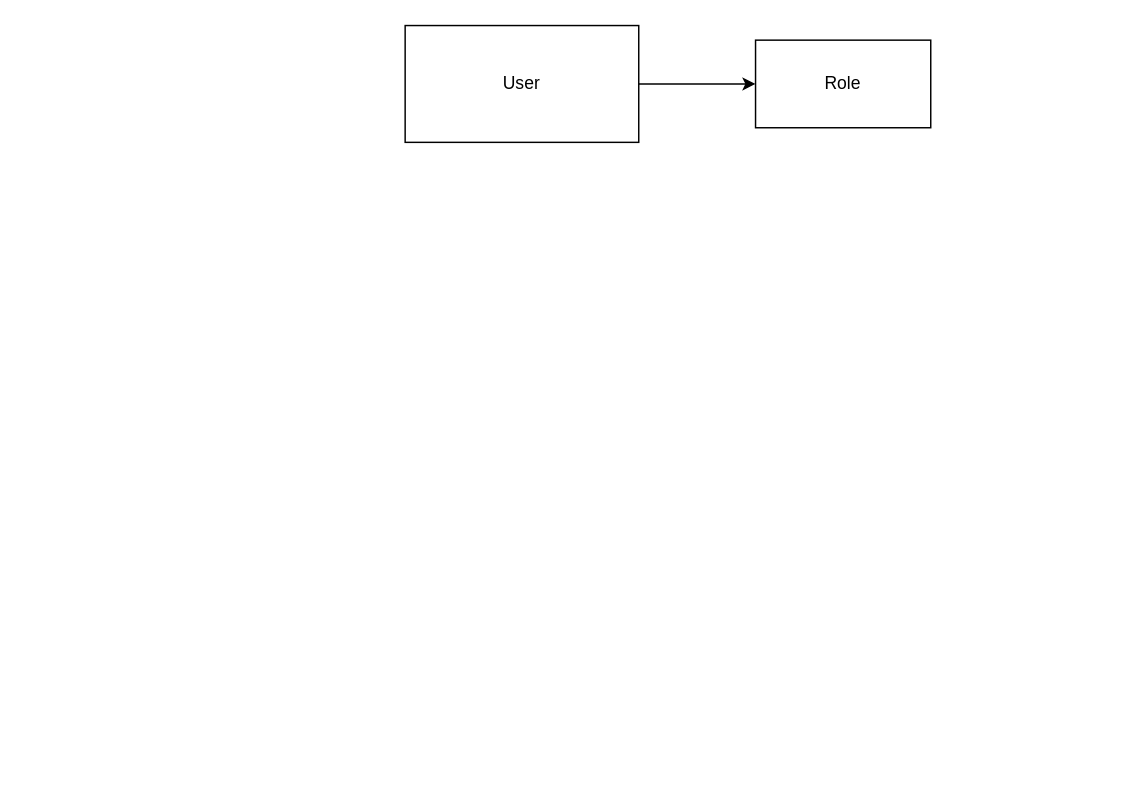
Before: db_schema.drawio in piotr-jadczak/PersonalFinanceApp, a draw.io diagram. Source tidied: cells renumbered, new cells numbered last; positions are measured from the earlier drawing's top-left corner, leaving out a move shared by most shapes. Both pictures are drawn from the tidied source at 146%, with x=0, y=0 at pixel (404, 25).
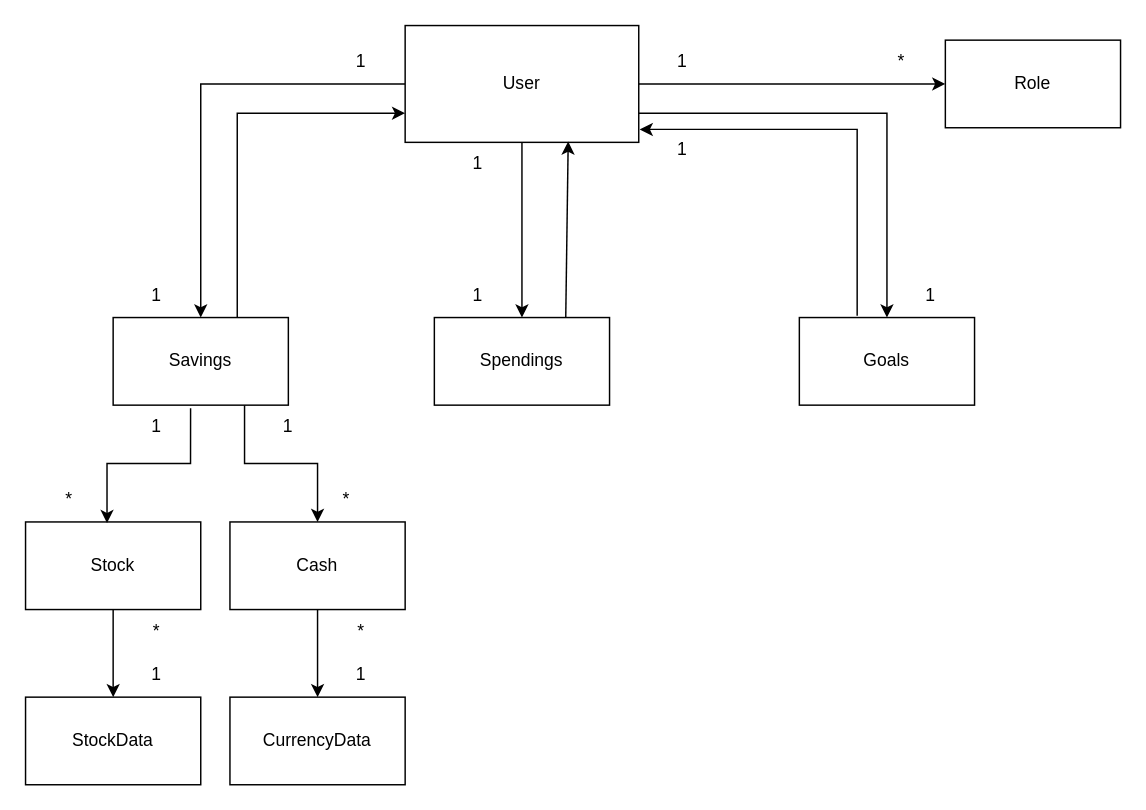
The same diagram, later.

Unchanged cells that the change refers to:
```xml
<mxCell id="3" value="User" style="rounded=0;whiteSpace=wrap;html=1;" parent="1" vertex="1">
  <mxGeometry width="160" height="80" as="geometry" />
</mxCell>
```

The edit, as a diff of the source:
```diff
@@
+    <mxCell id="5" style="edgeStyle=orthogonalEdgeStyle;rounded=0;jettySize=auto;html=1;entryX=0.5;entryY=0;entryDx=0;entryDy=0;" parent="1" edge="1" source="3" target="9">
+      <mxGeometry relative="1" as="geometry" />
+    </mxCell>
+    <mxCell id="6" style="edgeStyle=orthogonalEdgeStyle;rounded=0;jettySize=auto;html=1;" parent="1" edge="1" source="3" target="13">
+      <mxGeometry relative="1" as="geometry" />
+    </mxCell>
@@
     <mxCell id="4" value="Role" style="rounded=0;whiteSpace=wrap;html=1;" parent="1" vertex="1">
-      <mxGeometry x="240" y="10" width="120" height="60" as="geometry" />
+      <mxGeometry x="370" y="10" width="120" height="60" as="geometry" />
     </mxCell>
+    <mxCell id="7" value="*" style="text;html=1;strokeColor=none;fillColor=none;align=center;verticalAlign=middle;whiteSpace=wrap;rounded=0;" parent="1" vertex="1">
+      <mxGeometry x="310" y="10" width="60" height="30" as="geometry" />
+    </mxCell>
+    <mxCell id="8" value="1" style="text;html=1;strokeColor=none;fillColor=none;align=center;verticalAlign=middle;whiteSpace=wrap;rounded=0;" parent="1" vertex="1">
+      <mxGeometry x="160" y="10" width="60" height="30" as="geometry" />
+    </mxCell>
+    <mxCell id="9" value="Savings" style="rounded=0;whiteSpace=wrap;html=1;" parent="1" vertex="1">
+      <mxGeometry x="-200" y="200" width="120" height="60" as="geometry" />
+    </mxCell>
+    <mxCell id="10" style="endArrow=classic;html=1;rounded=0;entryX=0;entryY=0.75;entryDx=0;entryDy=0;edgeStyle=orthogonalEdgeStyle;" parent="1" edge="1" source="9" target="3">
+      <mxGeometry relative="1" as="geometry">
+        <Array as="points">
+          <mxPoint x="-115" y="60" />
+        </Array>
+      </mxGeometry>
+    </mxCell>
+    <mxCell id="11" value="1" style="text;html=1;strokeColor=none;fillColor=none;align=center;verticalAlign=middle;whiteSpace=wrap;rounded=0;" parent="1" vertex="1">
+      <mxGeometry x="-200" y="170" width="60" height="30" as="geometry" />
+    </mxCell>
+    <mxCell id="12" value="1" style="text;html=1;strokeColor=none;fillColor=none;align=center;verticalAlign=middle;whiteSpace=wrap;rounded=0;" parent="1" vertex="1">
+      <mxGeometry x="-60" y="10" width="60" height="30" as="geometry" />
+    </mxCell>
+    <mxCell id="13" value="Spendings" style="rounded=0;whiteSpace=wrap;html=1;" parent="1" vertex="1">
+      <mxGeometry x="20" y="200" width="120" height="60" as="geometry" />
+    </mxCell>
+    <mxCell id="14" style="endArrow=classic;html=1;rounded=0;exitX=0.75;exitY=0;exitDx=0;exitDy=0;entryX=0.698;entryY=0.993;entryDx=0;entryDy=0;entryPerimeter=0;" parent="1" edge="1" source="13" target="3">
+      <mxGeometry relative="1" as="geometry" />
+    </mxCell>
+    <mxCell id="15" value="1" style="text;html=1;strokeColor=none;fillColor=none;align=center;verticalAlign=middle;whiteSpace=wrap;rounded=0;" parent="1" vertex="1">
+      <mxGeometry x="20" y="80" width="60" height="30" as="geometry" />
+    </mxCell>
+    <mxCell id="16" value="1" style="text;html=1;strokeColor=none;fillColor=none;align=center;verticalAlign=middle;whiteSpace=wrap;rounded=0;" parent="1" vertex="1">
+      <mxGeometry x="20" y="170" width="60" height="30" as="geometry" />
+    </mxCell>
+    <mxCell id="17" value="Goals" style="rounded=0;whiteSpace=wrap;html=1;" parent="1" vertex="1">
+      <mxGeometry x="270" y="200" width="120" height="60" as="geometry" />
+    </mxCell>
+    <mxCell id="18" style="endArrow=classic;html=1;rounded=0;entryX=0.5;entryY=0;entryDx=0;entryDy=0;exitX=1;exitY=0.75;exitDx=0;exitDy=0;edgeStyle=orthogonalEdgeStyle;" parent="1" edge="1" source="3" target="17">
+      <mxGeometry relative="1" as="geometry" />
+    </mxCell>
+    <mxCell id="19" style="endArrow=classic;html=1;rounded=0;entryX=1.004;entryY=0.889;entryDx=0;entryDy=0;entryPerimeter=0;exitX=0.33;exitY=-0.021;exitDx=0;exitDy=0;exitPerimeter=0;edgeStyle=orthogonalEdgeStyle;" parent="1" edge="1" source="17" target="3">
+      <mxGeometry relative="1" as="geometry">
+        <Array as="points">
+          <mxPoint x="310" y="71" />
+        </Array>
+      </mxGeometry>
+    </mxCell>
+    <mxCell id="20" value="1" style="text;html=1;strokeColor=none;fillColor=none;align=center;verticalAlign=middle;whiteSpace=wrap;rounded=0;" parent="1" vertex="1">
+      <mxGeometry x="330" y="170" width="60" height="30" as="geometry" />
+    </mxCell>
+    <mxCell id="21" value="1" style="text;html=1;strokeColor=none;fillColor=none;align=center;verticalAlign=middle;whiteSpace=wrap;rounded=0;" parent="1" vertex="1">
+      <mxGeometry x="160" y="70" width="60" height="30" as="geometry" />
+    </mxCell>
+    <mxCell id="22" style="edgeStyle=orthogonalEdgeStyle;rounded=0;jettySize=auto;html=1;entryX=0.5;entryY=0;entryDx=0;entryDy=0;" parent="1" edge="1" source="23" target="32">
+      <mxGeometry relative="1" as="geometry" />
+    </mxCell>
+    <mxCell id="23" value="Stock" style="rounded=0;whiteSpace=wrap;html=1;" parent="1" vertex="1">
+      <mxGeometry x="-260" y="340" width="120" height="60" as="geometry" />
+    </mxCell>
+    <mxCell id="24" style="edgeStyle=orthogonalEdgeStyle;rounded=0;jettySize=auto;html=1;" parent="1" edge="1" source="25" target="33">
+      <mxGeometry relative="1" as="geometry" />
+    </mxCell>
+    <mxCell id="25" value="Cash" style="rounded=0;whiteSpace=wrap;html=1;" parent="1" vertex="1">
+      <mxGeometry x="-120" y="340" width="120" height="60" as="geometry" />
+    </mxCell>
+    <mxCell id="26" style="endArrow=classic;html=1;rounded=0;exitX=0.75;exitY=1;exitDx=0;exitDy=0;entryX=0.5;entryY=0;entryDx=0;entryDy=0;edgeStyle=orthogonalEdgeStyle;" parent="1" edge="1" source="9" target="25">
+      <mxGeometry relative="1" as="geometry" />
+    </mxCell>
+    <mxCell id="27" style="endArrow=classic;html=1;rounded=0;exitX=0.442;exitY=1.036;exitDx=0;exitDy=0;exitPerimeter=0;entryX=0.465;entryY=0.013;entryDx=0;entryDy=0;entryPerimeter=0;edgeStyle=orthogonalEdgeStyle;" parent="1" edge="1" source="9" target="23">
+      <mxGeometry relative="1" as="geometry" />
+    </mxCell>
+    <mxCell id="28" value="1" style="text;html=1;strokeColor=none;fillColor=none;align=center;verticalAlign=middle;whiteSpace=wrap;rounded=0;" parent="1" vertex="1">
+      <mxGeometry x="-200" y="260" width="60" height="30" as="geometry" />
+    </mxCell>
+    <mxCell id="29" value="*" style="text;html=1;strokeColor=none;fillColor=none;align=center;verticalAlign=middle;whiteSpace=wrap;rounded=0;" parent="1" vertex="1">
+      <mxGeometry x="-260" y="310" width="60" height="30" as="geometry" />
+    </mxCell>
+    <mxCell id="30" value="*" style="text;html=1;strokeColor=none;fillColor=none;align=center;verticalAlign=middle;whiteSpace=wrap;rounded=0;" parent="1" vertex="1">
+      <mxGeometry x="-70" y="310" width="60" height="30" as="geometry" />
+    </mxCell>
+    <mxCell id="31" value="1" style="text;html=1;strokeColor=none;fillColor=none;align=center;verticalAlign=middle;whiteSpace=wrap;rounded=0;" parent="1" vertex="1">
+      <mxGeometry x="-110" y="260" width="60" height="30" as="geometry" />
+    </mxCell>
+    <mxCell id="32" value="StockData" style="rounded=0;whiteSpace=wrap;html=1;" parent="1" vertex="1">
+      <mxGeometry x="-260" y="460" width="120" height="60" as="geometry" />
+    </mxCell>
+    <mxCell id="33" value="CurrencyData" style="rounded=0;whiteSpace=wrap;html=1;" parent="1" vertex="1">
+      <mxGeometry x="-120" y="460" width="120" height="60" as="geometry" />
+    </mxCell>
+    <mxCell id="34" value="*" style="text;html=1;strokeColor=none;fillColor=none;align=center;verticalAlign=middle;whiteSpace=wrap;rounded=0;" parent="1" vertex="1">
+      <mxGeometry x="-60" y="400" width="60" height="30" as="geometry" />
+    </mxCell>
+    <mxCell id="35" value="1" style="text;html=1;strokeColor=none;fillColor=none;align=center;verticalAlign=middle;whiteSpace=wrap;rounded=0;" parent="1" vertex="1">
+      <mxGeometry x="-60" y="430" width="60" height="30" as="geometry" />
+    </mxCell>
+    <mxCell id="36" value="*" style="text;html=1;strokeColor=none;fillColor=none;align=center;verticalAlign=middle;whiteSpace=wrap;rounded=0;" parent="1" vertex="1">
+      <mxGeometry x="-200" y="400" width="60" height="30" as="geometry" />
+    </mxCell>
+    <mxCell id="37" value="1" style="text;html=1;strokeColor=none;fillColor=none;align=center;verticalAlign=middle;whiteSpace=wrap;rounded=0;" parent="1" vertex="1">
+      <mxGeometry x="-200" y="430" width="60" height="30" as="geometry" />
+    </mxCell>
```
